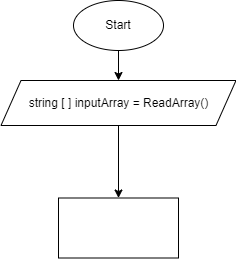
This is dz/diagram.drawio.png from IgorPolyatskiy/HomeWork, a draw.io export, as it was before one commit. Source tidied: cells renumbered, new cells last; positions are measured from the earlier drawing's top-left corner, leaving out a move shared by most shapes. Source of this version:
```xml
<mxGraphModel>
  <root>
    <mxCell id="0" />
    <mxCell id="1" parent="0" />
    <mxCell id="2" style="edgeStyle=none;html=1;" parent="1" edge="1" source="3" target="5">
      <mxGeometry relative="1" as="geometry" />
    </mxCell>
    <mxCell id="3" value="Start" style="ellipse;whiteSpace=wrap;html=1;" parent="1" vertex="1">
      <mxGeometry x="72" width="90" height="50" as="geometry" />
    </mxCell>
    <mxCell id="4" style="edgeStyle=none;html=1;" parent="1" edge="1" source="5" target="6">
      <mxGeometry relative="1" as="geometry" />
    </mxCell>
    <mxCell id="5" value="string [ ] inputArray = ReadArray()" style="shape=parallelogram;perimeter=parallelogramPerimeter;whiteSpace=wrap;html=1;fixedSize=1;" parent="1" vertex="1">
      <mxGeometry x="-0.5" y="80" width="235" height="45" as="geometry" />
    </mxCell>
    <mxCell id="6" style="whiteSpace=wrap;html=1;" parent="1" vertex="1">
      <mxGeometry x="57" y="197.5" width="120" height="60" as="geometry" />
    </mxCell>
  </root>
</mxGraphModel>
```
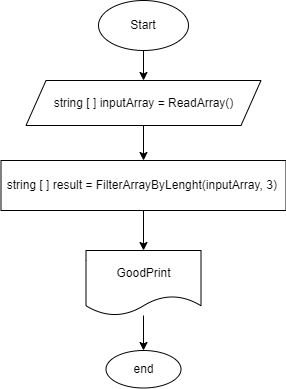
Later version of the same file.

Commit message:
Добавил ОПИСАНИЕ

What changed in the source:
```diff
@@ -14,8 +14,20 @@
     <mxCell id="5" value="string [ ] inputArray = ReadArray()" style="shape=parallelogram;perimeter=parallelogramPerimeter;whiteSpace=wrap;html=1;fixedSize=1;" parent="1" vertex="1">
       <mxGeometry x="-0.5" y="80" width="235" height="45" as="geometry" />
     </mxCell>
+    <mxCell id="7" style="edgeStyle=none;html=1;" parent="1" edge="1" source="6" target="9">
+      <mxGeometry relative="1" as="geometry" />
+    </mxCell>
-    <mxCell id="6" style="whiteSpace=wrap;html=1;" parent="1" vertex="1">
-      <mxGeometry x="57" y="197.5" width="120" height="60" as="geometry" />
+    <mxCell id="6" value="string [ ] result = FilterArrayByLenght(inputArray, 3)&amp;nbsp;" style="whiteSpace=wrap;html=1;" parent="1" vertex="1">
+      <mxGeometry x="-25.5" y="160" width="285" height="50" as="geometry" />
     </mxCell>
+    <mxCell id="8" style="edgeStyle=none;html=1;" parent="1" edge="1" source="9" target="10">
+      <mxGeometry relative="1" as="geometry" />
+    </mxCell>
+    <mxCell id="9" value="GoodPrint" style="shape=document;whiteSpace=wrap;html=1;boundedLbl=1;" parent="1" vertex="1">
+      <mxGeometry x="59.5" y="250" width="115" height="65" as="geometry" />
+    </mxCell>
+    <mxCell id="10" value="end" style="ellipse;whiteSpace=wrap;html=1;" parent="1" vertex="1">
+      <mxGeometry x="79.5" y="350" width="75" height="37.5" as="geometry" />
+    </mxCell>
   </root>
 </mxGraphModel>
```
